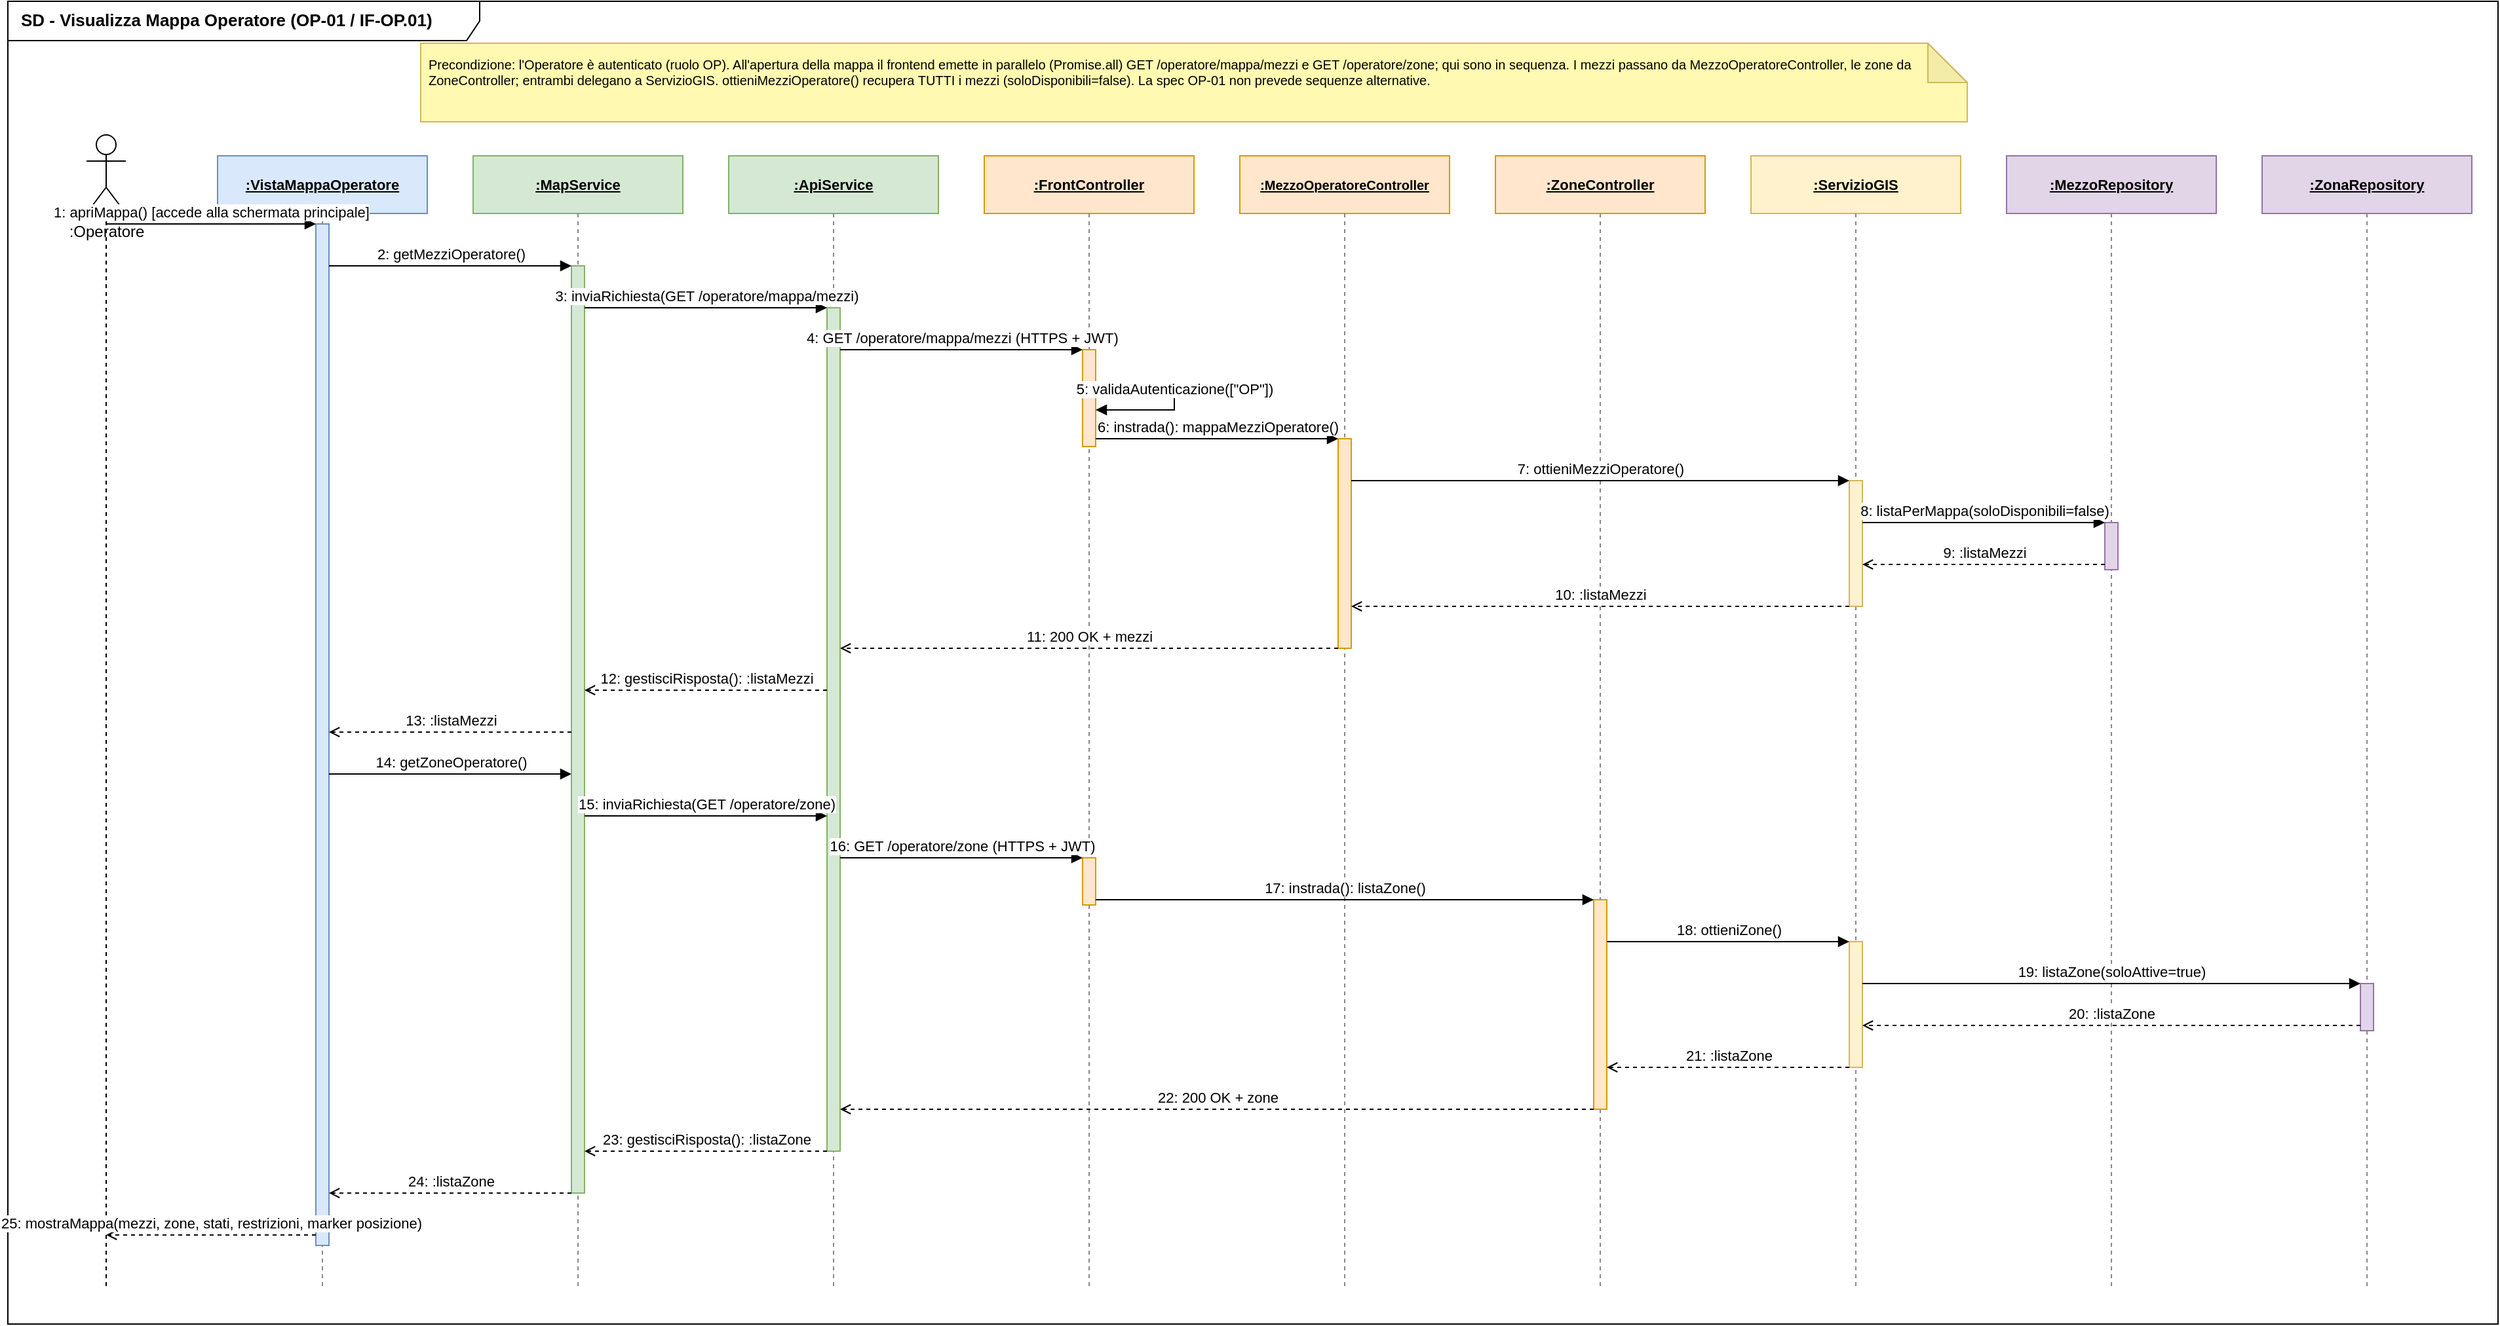
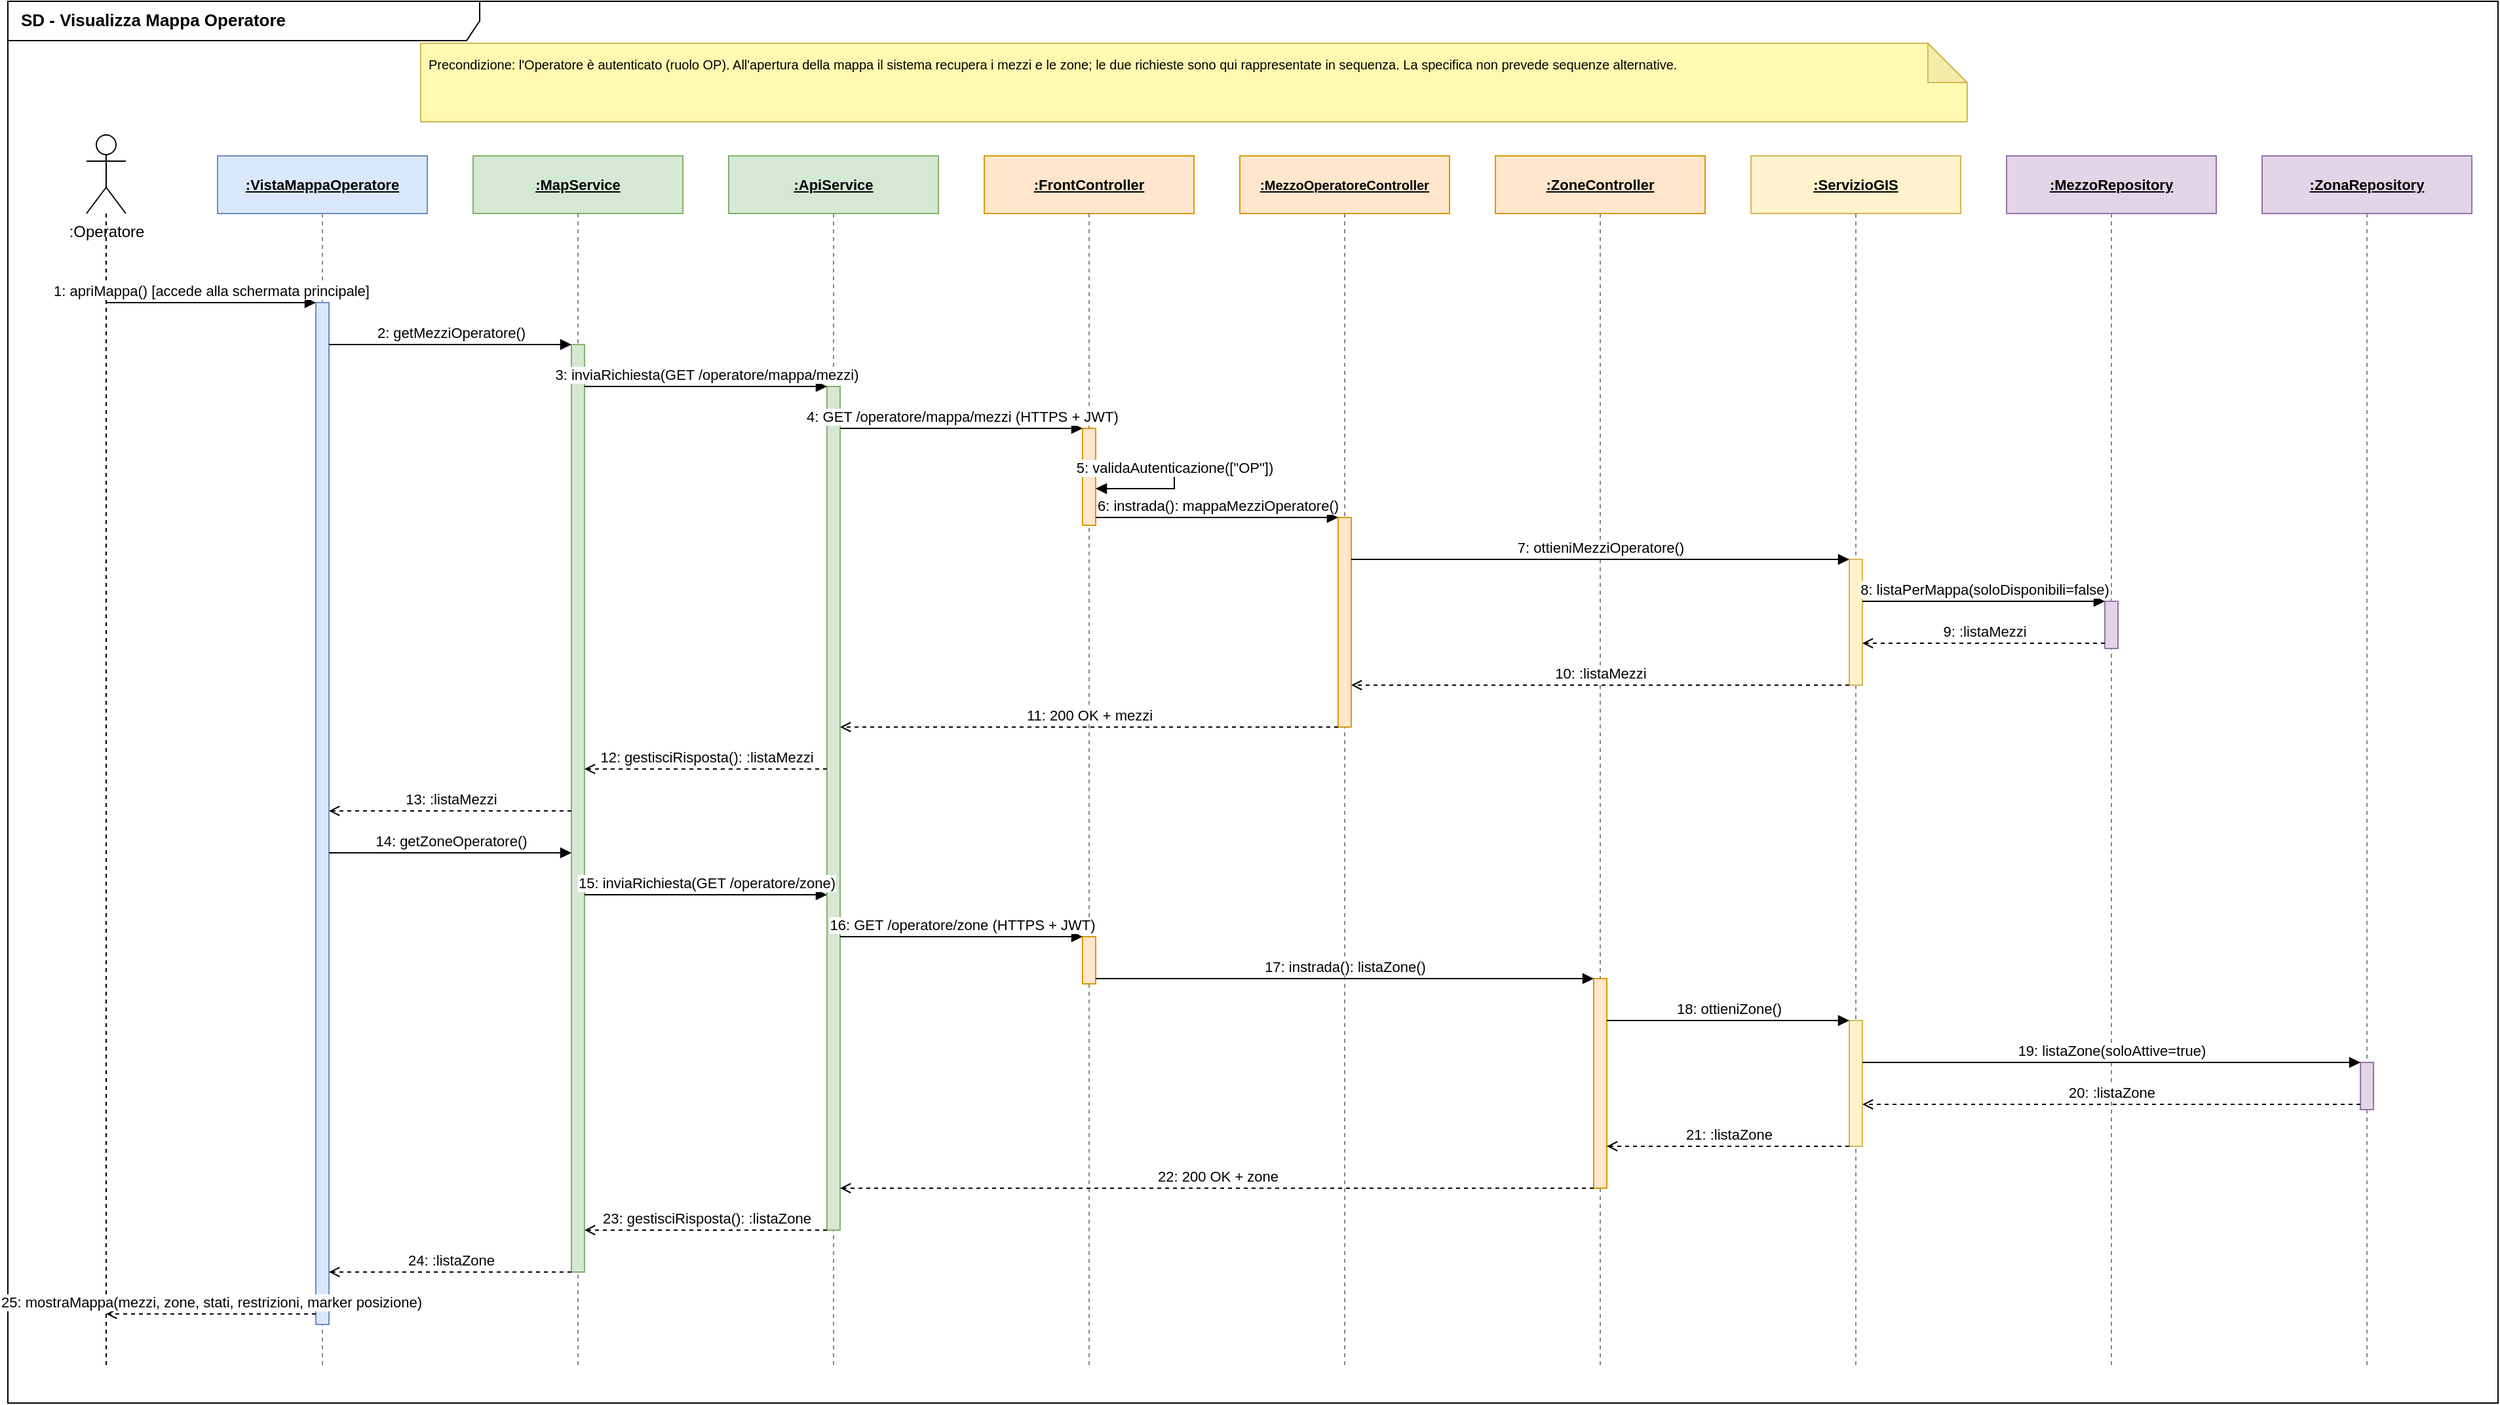
<mxfile host="65bd71144e">
-     <diagram name="SD - OP-01 Visualizza Mappa Operatore" id="visualizza-mappa-operatore-op01">
+     <diagram name="SD - Visualizza Mappa Operatore" id="visualizza-mappa-operatore-op01">
        <mxGraphModel dx="1422" dy="800" grid="1" gridSize="10" guides="1" tooltips="1" connect="1" arrows="1" fold="1" page="1" pageScale="1" pageWidth="1654" pageHeight="1169" background="#FFFFFF" math="0" shadow="0">
            <root>
                <mxCell id="0"/>
                <mxCell id="1" parent="0"/>
-                 <mxCell id="frame" value="SD - Visualizza Mappa Operatore (OP-01 / IF-OP.01)" style="shape=umlFrame;whiteSpace=wrap;html=1;fontSize=13;fontStyle=1;align=left;spacingLeft=8;verticalAlign=top;width=360;height=30;" vertex="1" parent="1">
-                     <mxGeometry x="45" y="80" width="1900" height="1010" as="geometry"/>
-                 </mxCell>
-                 <mxCell id="note" value="Precondizione: l'Operatore è autenticato (ruolo OP). All'apertura della mappa il frontend emette in parallelo (Promise.all) GET /operatore/mappa/mezzi e GET /operatore/zone; qui sono in sequenza. I mezzi passano da MezzoOperatoreController, le zone da ZoneController; entrambi delegano a ServizioGIS. ottieniMezziOperatore() recupera TUTTI i mezzi (soloDisponibili=false). La spec OP-01 non prevede sequenze alternative." style="shape=note;whiteSpace=wrap;html=1;backgroundOutline=1;darkOpacity=0.05;fillColor=#FFF9B1;strokeColor=#d6b656;fontSize=10;align=left;verticalAlign=top;spacing=6;" vertex="1" parent="1">
+                 <mxCell id="frame" value="SD - Visualizza Mappa Operatore" style="shape=umlFrame;whiteSpace=wrap;html=1;fontSize=13;fontStyle=1;align=left;spacingLeft=8;verticalAlign=top;width=360;height=30;" vertex="1" parent="1">
+                     <mxGeometry x="45" y="80" width="1900" height="1070" as="geometry"/>
+                 </mxCell>
+                 <mxCell id="note" value="Precondizione: l'Operatore è autenticato (ruolo OP). All'apertura della mappa il sistema recupera i mezzi e le zone; le due richieste sono qui rappresentate in sequenza. La specifica non prevede sequenze alternative." style="shape=note;whiteSpace=wrap;html=1;backgroundOutline=1;darkOpacity=0.05;fillColor=#FFF9B1;strokeColor=#d6b656;fontSize=10;align=left;verticalAlign=top;spacing=6;" vertex="1" parent="1">
                    <mxGeometry x="360" y="112" width="1180" height="60" as="geometry"/>
                </mxCell>
                <!-- ================= LIFELINES ================= -->
                <mxCell id="ll-actor-h" value=":Operatore" style="shape=umlActor;verticalLabelPosition=bottom;verticalAlign=top;html=1;outlineConnect=0;" vertex="1" parent="1">
                    <mxGeometry x="105" y="182" width="30" height="60" as="geometry"/>
                </mxCell>
                <mxCell id="ll-actor" value="" style="endArrow=none;dashed=1;html=1;strokeColor=#000000;" edge="1" parent="1">
                    <mxGeometry relative="1" as="geometry">
                        <mxPoint x="120" y="242" as="sourcePoint"/>
-                         <mxPoint x="120" y="1064" as="targetPoint"/>
+                         <mxPoint x="120" y="1124" as="targetPoint"/>
                    </mxGeometry>
                </mxCell>
                <mxCell id="ll-view-h" value="&lt;b&gt;&lt;u&gt;:VistaMappaOperatore&lt;/u&gt;&lt;/b&gt;" style="rounded=0;whiteSpace=wrap;html=1;fillColor=#dae8fc;strokeColor=#6c8ebf;fontSize=11;" vertex="1" parent="1">
                    <mxGeometry x="205" y="198" width="160" height="44" as="geometry"/>
                </mxCell>
                <mxCell id="ll-view" value="" style="endArrow=none;dashed=1;html=1;strokeColor=#888888;" edge="1" parent="1">
                    <mxGeometry relative="1" as="geometry">
                        <mxPoint x="285" y="242" as="sourcePoint"/>
-                         <mxPoint x="285" y="1064" as="targetPoint"/>
+                         <mxPoint x="285" y="1124" as="targetPoint"/>
                    </mxGeometry>
                </mxCell>
                <mxCell id="ll-ms-h" value="&lt;b&gt;&lt;u&gt;:MapService&lt;/u&gt;&lt;/b&gt;" style="rounded=0;whiteSpace=wrap;html=1;fillColor=#d5e8d4;strokeColor=#82b366;fontSize=11;" vertex="1" parent="1">
                    <mxGeometry x="400" y="198" width="160" height="44" as="geometry"/>
                </mxCell>
                <mxCell id="ll-ms" value="" style="endArrow=none;dashed=1;html=1;strokeColor=#888888;" edge="1" parent="1">
                    <mxGeometry relative="1" as="geometry">
                        <mxPoint x="480" y="242" as="sourcePoint"/>
-                         <mxPoint x="480" y="1064" as="targetPoint"/>
+                         <mxPoint x="480" y="1124" as="targetPoint"/>
                    </mxGeometry>
                </mxCell>
                <mxCell id="ll-api-h" value="&lt;b&gt;&lt;u&gt;:ApiService&lt;/u&gt;&lt;/b&gt;" style="rounded=0;whiteSpace=wrap;html=1;fillColor=#d5e8d4;strokeColor=#82b366;fontSize=11;" vertex="1" parent="1">
                    <mxGeometry x="595" y="198" width="160" height="44" as="geometry"/>
                </mxCell>
                <mxCell id="ll-api" value="" style="endArrow=none;dashed=1;html=1;strokeColor=#888888;" edge="1" parent="1">
                    <mxGeometry relative="1" as="geometry">
                        <mxPoint x="675" y="242" as="sourcePoint"/>
-                         <mxPoint x="675" y="1064" as="targetPoint"/>
+                         <mxPoint x="675" y="1124" as="targetPoint"/>
                    </mxGeometry>
                </mxCell>
                <mxCell id="ll-fc-h" value="&lt;b&gt;&lt;u&gt;:FrontController&lt;/u&gt;&lt;/b&gt;" style="rounded=0;whiteSpace=wrap;html=1;fillColor=#ffe6cc;strokeColor=#d79b00;fontSize=11;" vertex="1" parent="1">
                    <mxGeometry x="790" y="198" width="160" height="44" as="geometry"/>
                </mxCell>
                <mxCell id="ll-fc" value="" style="endArrow=none;dashed=1;html=1;strokeColor=#888888;" edge="1" parent="1">
                    <mxGeometry relative="1" as="geometry">
                        <mxPoint x="870" y="242" as="sourcePoint"/>
-                         <mxPoint x="870" y="1064" as="targetPoint"/>
+                         <mxPoint x="870" y="1124" as="targetPoint"/>
                    </mxGeometry>
                </mxCell>
                <mxCell id="ll-moc-h" value="&lt;b&gt;&lt;u&gt;:MezzoOperatoreController&lt;/u&gt;&lt;/b&gt;" style="rounded=0;whiteSpace=wrap;html=1;fillColor=#ffe6cc;strokeColor=#d79b00;fontSize=10;" vertex="1" parent="1">
                    <mxGeometry x="985" y="198" width="160" height="44" as="geometry"/>
                </mxCell>
                <mxCell id="ll-moc" value="" style="endArrow=none;dashed=1;html=1;strokeColor=#888888;" edge="1" parent="1">
                    <mxGeometry relative="1" as="geometry">
                        <mxPoint x="1065" y="242" as="sourcePoint"/>
-                         <mxPoint x="1065" y="1064" as="targetPoint"/>
+                         <mxPoint x="1065" y="1124" as="targetPoint"/>
                    </mxGeometry>
                </mxCell>
                <mxCell id="ll-zc-h" value="&lt;b&gt;&lt;u&gt;:ZoneController&lt;/u&gt;&lt;/b&gt;" style="rounded=0;whiteSpace=wrap;html=1;fillColor=#ffe6cc;strokeColor=#d79b00;fontSize=11;" vertex="1" parent="1">
                    <mxGeometry x="1180" y="198" width="160" height="44" as="geometry"/>
                </mxCell>
                <mxCell id="ll-zc" value="" style="endArrow=none;dashed=1;html=1;strokeColor=#888888;" edge="1" parent="1">
                    <mxGeometry relative="1" as="geometry">
                        <mxPoint x="1260" y="242" as="sourcePoint"/>
-                         <mxPoint x="1260" y="1064" as="targetPoint"/>
+                         <mxPoint x="1260" y="1124" as="targetPoint"/>
                    </mxGeometry>
                </mxCell>
                <mxCell id="ll-gis-h" value="&lt;b&gt;&lt;u&gt;:ServizioGIS&lt;/u&gt;&lt;/b&gt;" style="rounded=0;whiteSpace=wrap;html=1;fillColor=#fff2cc;strokeColor=#d6b656;fontSize=11;" vertex="1" parent="1">
                    <mxGeometry x="1375" y="198" width="160" height="44" as="geometry"/>
                </mxCell>
                <mxCell id="ll-gis" value="" style="endArrow=none;dashed=1;html=1;strokeColor=#888888;" edge="1" parent="1">
                    <mxGeometry relative="1" as="geometry">
                        <mxPoint x="1455" y="242" as="sourcePoint"/>
-                         <mxPoint x="1455" y="1064" as="targetPoint"/>
+                         <mxPoint x="1455" y="1124" as="targetPoint"/>
                    </mxGeometry>
                </mxCell>
                <mxCell id="ll-mr-h" value="&lt;b&gt;&lt;u&gt;:MezzoRepository&lt;/u&gt;&lt;/b&gt;" style="rounded=0;whiteSpace=wrap;html=1;fillColor=#e1d5e7;strokeColor=#9673a6;fontSize=11;" vertex="1" parent="1">
                    <mxGeometry x="1570" y="198" width="160" height="44" as="geometry"/>
                </mxCell>
                <mxCell id="ll-mr" value="" style="endArrow=none;dashed=1;html=1;strokeColor=#888888;" edge="1" parent="1">
                    <mxGeometry relative="1" as="geometry">
                        <mxPoint x="1650" y="242" as="sourcePoint"/>
-                         <mxPoint x="1650" y="1064" as="targetPoint"/>
+                         <mxPoint x="1650" y="1124" as="targetPoint"/>
                    </mxGeometry>
                </mxCell>
                <mxCell id="ll-zr-h" value="&lt;b&gt;&lt;u&gt;:ZonaRepository&lt;/u&gt;&lt;/b&gt;" style="rounded=0;whiteSpace=wrap;html=1;fillColor=#e1d5e7;strokeColor=#9673a6;fontSize=11;" vertex="1" parent="1">
                    <mxGeometry x="1765" y="198" width="160" height="44" as="geometry"/>
                </mxCell>
                <mxCell id="ll-zr" value="" style="endArrow=none;dashed=1;html=1;strokeColor=#888888;" edge="1" parent="1">
                    <mxGeometry relative="1" as="geometry">
                        <mxPoint x="1845" y="242" as="sourcePoint"/>
-                         <mxPoint x="1845" y="1064" as="targetPoint"/>
+                         <mxPoint x="1845" y="1124" as="targetPoint"/>
                    </mxGeometry>
                </mxCell>
                <!-- ================= ACTIVATION BARS ================= -->
                <mxCell id="act-view" value="" style="html=1;points=[];perimeter=mxPerimeter.rectanglePerimeter;fillColor=#dae8fc;strokeColor=#6c8ebf;" vertex="1" parent="1">
-                     <mxGeometry x="280" y="250" width="10" height="780" as="geometry"/>
+                     <mxGeometry x="280" y="310" width="10" height="780" as="geometry"/>
                </mxCell>
                <mxCell id="act-ms" value="" style="html=1;points=[];perimeter=mxPerimeter.rectanglePerimeter;fillColor=#d5e8d4;strokeColor=#82b366;" vertex="1" parent="1">
-                     <mxGeometry x="475" y="282" width="10" height="708" as="geometry"/>
+                     <mxGeometry x="475" y="342" width="10" height="708" as="geometry"/>
                </mxCell>
                <mxCell id="act-api" value="" style="html=1;points=[];perimeter=mxPerimeter.rectanglePerimeter;fillColor=#d5e8d4;strokeColor=#82b366;" vertex="1" parent="1">
-                     <mxGeometry x="670" y="314" width="10" height="644" as="geometry"/>
+                     <mxGeometry x="670" y="374" width="10" height="644" as="geometry"/>
                </mxCell>
                <mxCell id="act-fc1" value="" style="html=1;points=[];perimeter=mxPerimeter.rectanglePerimeter;fillColor=#ffe6cc;strokeColor=#d79b00;" vertex="1" parent="1">
-                     <mxGeometry x="865" y="346" width="10" height="74" as="geometry"/>
+                     <mxGeometry x="865" y="406" width="10" height="74" as="geometry"/>
                </mxCell>
                <mxCell id="act-fc2" value="" style="html=1;points=[];perimeter=mxPerimeter.rectanglePerimeter;fillColor=#ffe6cc;strokeColor=#d79b00;" vertex="1" parent="1">
-                     <mxGeometry x="865" y="734" width="10" height="36" as="geometry"/>
+                     <mxGeometry x="865" y="794" width="10" height="36" as="geometry"/>
                </mxCell>
                <mxCell id="act-moc" value="" style="html=1;points=[];perimeter=mxPerimeter.rectanglePerimeter;fillColor=#ffe6cc;strokeColor=#d79b00;" vertex="1" parent="1">
-                     <mxGeometry x="1060" y="414" width="10" height="160" as="geometry"/>
+                     <mxGeometry x="1060" y="474" width="10" height="160" as="geometry"/>
                </mxCell>
                <mxCell id="act-zc" value="" style="html=1;points=[];perimeter=mxPerimeter.rectanglePerimeter;fillColor=#ffe6cc;strokeColor=#d79b00;" vertex="1" parent="1">
-                     <mxGeometry x="1255" y="766" width="10" height="160" as="geometry"/>
+                     <mxGeometry x="1255" y="826" width="10" height="160" as="geometry"/>
                </mxCell>
                <mxCell id="act-gis1" value="" style="html=1;points=[];perimeter=mxPerimeter.rectanglePerimeter;fillColor=#fff2cc;strokeColor=#d6b656;" vertex="1" parent="1">
-                     <mxGeometry x="1450" y="446" width="10" height="96" as="geometry"/>
+                     <mxGeometry x="1450" y="506" width="10" height="96" as="geometry"/>
                </mxCell>
                <mxCell id="act-gis2" value="" style="html=1;points=[];perimeter=mxPerimeter.rectanglePerimeter;fillColor=#fff2cc;strokeColor=#d6b656;" vertex="1" parent="1">
-                     <mxGeometry x="1450" y="798" width="10" height="96" as="geometry"/>
+                     <mxGeometry x="1450" y="858" width="10" height="96" as="geometry"/>
                </mxCell>
                <mxCell id="act-mr" value="" style="html=1;points=[];perimeter=mxPerimeter.rectanglePerimeter;fillColor=#e1d5e7;strokeColor=#9673a6;" vertex="1" parent="1">
-                     <mxGeometry x="1645" y="478" width="10" height="36" as="geometry"/>
+                     <mxGeometry x="1645" y="538" width="10" height="36" as="geometry"/>
                </mxCell>
                <mxCell id="act-zr" value="" style="html=1;points=[];perimeter=mxPerimeter.rectanglePerimeter;fillColor=#e1d5e7;strokeColor=#9673a6;" vertex="1" parent="1">
-                     <mxGeometry x="1840" y="830" width="10" height="36" as="geometry"/>
+                     <mxGeometry x="1840" y="890" width="10" height="36" as="geometry"/>
                </mxCell>
                <!-- ================= MESSAGES: richiesta mezzi ================= -->
                <mxCell id="m1" value="1: apriMappa() [accede alla schermata principale]" style="html=1;verticalAlign=bottom;endArrow=block;endFill=1;fontSize=11;" edge="1" parent="1">
                    <mxGeometry relative="1" as="geometry">
-                         <mxPoint x="120" y="250" as="sourcePoint"/>
-                         <mxPoint x="280" y="250" as="targetPoint"/>
+                         <mxPoint x="120" y="310" as="sourcePoint"/>
+                         <mxPoint x="280" y="310" as="targetPoint"/>
                    </mxGeometry>
                </mxCell>
                <mxCell id="m2" value="2: getMezziOperatore()" style="html=1;verticalAlign=bottom;endArrow=block;endFill=1;fontSize=11;" edge="1" parent="1">
                    <mxGeometry relative="1" as="geometry">
-                         <mxPoint x="290" y="282" as="sourcePoint"/>
-                         <mxPoint x="475" y="282" as="targetPoint"/>
+                         <mxPoint x="290" y="342" as="sourcePoint"/>
+                         <mxPoint x="475" y="342" as="targetPoint"/>
                    </mxGeometry>
                </mxCell>
                <mxCell id="m3" value="3: inviaRichiesta(GET /operatore/mappa/mezzi)" style="html=1;verticalAlign=bottom;endArrow=block;endFill=1;fontSize=11;" edge="1" parent="1">
                    <mxGeometry relative="1" as="geometry">
-                         <mxPoint x="485" y="314" as="sourcePoint"/>
-                         <mxPoint x="670" y="314" as="targetPoint"/>
+                         <mxPoint x="485" y="374" as="sourcePoint"/>
+                         <mxPoint x="670" y="374" as="targetPoint"/>
                    </mxGeometry>
                </mxCell>
                <mxCell id="m4" value="4: GET /operatore/mappa/mezzi  (HTTPS + JWT)" style="html=1;verticalAlign=bottom;endArrow=block;endFill=1;fontSize=11;" edge="1" parent="1">
                    <mxGeometry relative="1" as="geometry">
-                         <mxPoint x="680" y="346" as="sourcePoint"/>
-                         <mxPoint x="865" y="346" as="targetPoint"/>
+                         <mxPoint x="680" y="406" as="sourcePoint"/>
+                         <mxPoint x="865" y="406" as="targetPoint"/>
                    </mxGeometry>
                </mxCell>
                <mxCell id="m5" value="5: validaAutenticazione([&quot;OP&quot;])" style="html=1;verticalAlign=bottom;endArrow=block;endFill=1;fontSize=11;rounded=0;" edge="1" parent="1">
                    <mxGeometry relative="1" as="geometry">
                        <Array as="points">
-                             <mxPoint x="935" y="378"/>
-                             <mxPoint x="935" y="392"/>
+                             <mxPoint x="935" y="438"/>
+                             <mxPoint x="935" y="452"/>
                        </Array>
-                         <mxPoint x="875" y="378" as="sourcePoint"/>
-                         <mxPoint x="875" y="392" as="targetPoint"/>
+                         <mxPoint x="875" y="438" as="sourcePoint"/>
+                         <mxPoint x="875" y="452" as="targetPoint"/>
                    </mxGeometry>
                </mxCell>
                <mxCell id="m6" value="6: instrada(): mappaMezziOperatore()" style="html=1;verticalAlign=bottom;endArrow=block;endFill=1;fontSize=11;" edge="1" parent="1">
                    <mxGeometry relative="1" as="geometry">
-                         <mxPoint x="875" y="414" as="sourcePoint"/>
-                         <mxPoint x="1060" y="414" as="targetPoint"/>
+                         <mxPoint x="875" y="474" as="sourcePoint"/>
+                         <mxPoint x="1060" y="474" as="targetPoint"/>
                    </mxGeometry>
                </mxCell>
                <mxCell id="m7" value="7: ottieniMezziOperatore()" style="html=1;verticalAlign=bottom;endArrow=block;endFill=1;fontSize=11;" edge="1" parent="1">
                    <mxGeometry relative="1" as="geometry">
-                         <mxPoint x="1070" y="446" as="sourcePoint"/>
-                         <mxPoint x="1450" y="446" as="targetPoint"/>
+                         <mxPoint x="1070" y="506" as="sourcePoint"/>
+                         <mxPoint x="1450" y="506" as="targetPoint"/>
                    </mxGeometry>
                </mxCell>
                <mxCell id="m8" value="8: listaPerMappa(soloDisponibili=false)" style="html=1;verticalAlign=bottom;endArrow=block;endFill=1;fontSize=11;" edge="1" parent="1">
                    <mxGeometry relative="1" as="geometry">
-                         <mxPoint x="1460" y="478" as="sourcePoint"/>
-                         <mxPoint x="1645" y="478" as="targetPoint"/>
+                         <mxPoint x="1460" y="538" as="sourcePoint"/>
+                         <mxPoint x="1645" y="538" as="targetPoint"/>
                    </mxGeometry>
                </mxCell>
                <mxCell id="m9" value="9: :listaMezzi" style="html=1;verticalAlign=bottom;dashed=1;endArrow=open;endFill=0;fontSize=11;" edge="1" parent="1">
                    <mxGeometry relative="1" as="geometry">
-                         <mxPoint x="1645" y="510" as="sourcePoint"/>
-                         <mxPoint x="1460" y="510" as="targetPoint"/>
+                         <mxPoint x="1645" y="570" as="sourcePoint"/>
+                         <mxPoint x="1460" y="570" as="targetPoint"/>
                    </mxGeometry>
                </mxCell>
                <mxCell id="m10" value="10: :listaMezzi" style="html=1;verticalAlign=bottom;dashed=1;endArrow=open;endFill=0;fontSize=11;" edge="1" parent="1">
                    <mxGeometry relative="1" as="geometry">
-                         <mxPoint x="1450" y="542" as="sourcePoint"/>
-                         <mxPoint x="1070" y="542" as="targetPoint"/>
+                         <mxPoint x="1450" y="602" as="sourcePoint"/>
+                         <mxPoint x="1070" y="602" as="targetPoint"/>
                    </mxGeometry>
                </mxCell>
                <mxCell id="m11" value="11: 200 OK + mezzi" style="html=1;verticalAlign=bottom;dashed=1;endArrow=open;endFill=0;fontSize=11;" edge="1" parent="1">
                    <mxGeometry relative="1" as="geometry">
-                         <mxPoint x="1060" y="574" as="sourcePoint"/>
-                         <mxPoint x="680" y="574" as="targetPoint"/>
+                         <mxPoint x="1060" y="634" as="sourcePoint"/>
+                         <mxPoint x="680" y="634" as="targetPoint"/>
                    </mxGeometry>
                </mxCell>
                <mxCell id="m12" value="12: gestisciRisposta(): :listaMezzi" style="html=1;verticalAlign=bottom;dashed=1;endArrow=open;endFill=0;fontSize=11;" edge="1" parent="1">
                    <mxGeometry relative="1" as="geometry">
-                         <mxPoint x="670" y="606" as="sourcePoint"/>
-                         <mxPoint x="485" y="606" as="targetPoint"/>
+                         <mxPoint x="670" y="666" as="sourcePoint"/>
+                         <mxPoint x="485" y="666" as="targetPoint"/>
                    </mxGeometry>
                </mxCell>
                <mxCell id="m13" value="13: :listaMezzi" style="html=1;verticalAlign=bottom;dashed=1;endArrow=open;endFill=0;fontSize=11;" edge="1" parent="1">
                    <mxGeometry relative="1" as="geometry">
-                         <mxPoint x="475" y="638" as="sourcePoint"/>
-                         <mxPoint x="290" y="638" as="targetPoint"/>
+                         <mxPoint x="475" y="698" as="sourcePoint"/>
+                         <mxPoint x="290" y="698" as="targetPoint"/>
                    </mxGeometry>
                </mxCell>
                <!-- ================= MESSAGES: richiesta zone ================= -->
                <mxCell id="m14" value="14: getZoneOperatore()" style="html=1;verticalAlign=bottom;endArrow=block;endFill=1;fontSize=11;" edge="1" parent="1">
                    <mxGeometry relative="1" as="geometry">
-                         <mxPoint x="290" y="670" as="sourcePoint"/>
-                         <mxPoint x="475" y="670" as="targetPoint"/>
+                         <mxPoint x="290" y="730" as="sourcePoint"/>
+                         <mxPoint x="475" y="730" as="targetPoint"/>
                    </mxGeometry>
                </mxCell>
                <mxCell id="m15" value="15: inviaRichiesta(GET /operatore/zone)" style="html=1;verticalAlign=bottom;endArrow=block;endFill=1;fontSize=11;" edge="1" parent="1">
                    <mxGeometry relative="1" as="geometry">
-                         <mxPoint x="485" y="702" as="sourcePoint"/>
-                         <mxPoint x="670" y="702" as="targetPoint"/>
+                         <mxPoint x="485" y="762" as="sourcePoint"/>
+                         <mxPoint x="670" y="762" as="targetPoint"/>
                    </mxGeometry>
                </mxCell>
                <mxCell id="m16" value="16: GET /operatore/zone  (HTTPS + JWT)" style="html=1;verticalAlign=bottom;endArrow=block;endFill=1;fontSize=11;" edge="1" parent="1">
                    <mxGeometry relative="1" as="geometry">
-                         <mxPoint x="680" y="734" as="sourcePoint"/>
-                         <mxPoint x="865" y="734" as="targetPoint"/>
+                         <mxPoint x="680" y="794" as="sourcePoint"/>
+                         <mxPoint x="865" y="794" as="targetPoint"/>
                    </mxGeometry>
                </mxCell>
                <mxCell id="m17" value="17: instrada(): listaZone()" style="html=1;verticalAlign=bottom;endArrow=block;endFill=1;fontSize=11;" edge="1" parent="1">
                    <mxGeometry relative="1" as="geometry">
-                         <mxPoint x="875" y="766" as="sourcePoint"/>
-                         <mxPoint x="1255" y="766" as="targetPoint"/>
+                         <mxPoint x="875" y="826" as="sourcePoint"/>
+                         <mxPoint x="1255" y="826" as="targetPoint"/>
                    </mxGeometry>
                </mxCell>
                <mxCell id="m18" value="18: ottieniZone()" style="html=1;verticalAlign=bottom;endArrow=block;endFill=1;fontSize=11;" edge="1" parent="1">
                    <mxGeometry relative="1" as="geometry">
-                         <mxPoint x="1265" y="798" as="sourcePoint"/>
-                         <mxPoint x="1450" y="798" as="targetPoint"/>
+                         <mxPoint x="1265" y="858" as="sourcePoint"/>
+                         <mxPoint x="1450" y="858" as="targetPoint"/>
                    </mxGeometry>
                </mxCell>
                <mxCell id="m19" value="19: listaZone(soloAttive=true)" style="html=1;verticalAlign=bottom;endArrow=block;endFill=1;fontSize=11;" edge="1" parent="1">
                    <mxGeometry relative="1" as="geometry">
-                         <mxPoint x="1460" y="830" as="sourcePoint"/>
-                         <mxPoint x="1840" y="830" as="targetPoint"/>
+                         <mxPoint x="1460" y="890" as="sourcePoint"/>
+                         <mxPoint x="1840" y="890" as="targetPoint"/>
                    </mxGeometry>
                </mxCell>
                <mxCell id="m20" value="20: :listaZone" style="html=1;verticalAlign=bottom;dashed=1;endArrow=open;endFill=0;fontSize=11;" edge="1" parent="1">
                    <mxGeometry relative="1" as="geometry">
-                         <mxPoint x="1840" y="862" as="sourcePoint"/>
-                         <mxPoint x="1460" y="862" as="targetPoint"/>
+                         <mxPoint x="1840" y="922" as="sourcePoint"/>
+                         <mxPoint x="1460" y="922" as="targetPoint"/>
                    </mxGeometry>
                </mxCell>
                <mxCell id="m21" value="21: :listaZone" style="html=1;verticalAlign=bottom;dashed=1;endArrow=open;endFill=0;fontSize=11;" edge="1" parent="1">
                    <mxGeometry relative="1" as="geometry">
-                         <mxPoint x="1450" y="894" as="sourcePoint"/>
-                         <mxPoint x="1265" y="894" as="targetPoint"/>
+                         <mxPoint x="1450" y="954" as="sourcePoint"/>
+                         <mxPoint x="1265" y="954" as="targetPoint"/>
                    </mxGeometry>
                </mxCell>
                <mxCell id="m22" value="22: 200 OK + zone" style="html=1;verticalAlign=bottom;dashed=1;endArrow=open;endFill=0;fontSize=11;" edge="1" parent="1">
                    <mxGeometry relative="1" as="geometry">
-                         <mxPoint x="1255" y="926" as="sourcePoint"/>
-                         <mxPoint x="680" y="926" as="targetPoint"/>
+                         <mxPoint x="1255" y="986" as="sourcePoint"/>
+                         <mxPoint x="680" y="986" as="targetPoint"/>
                    </mxGeometry>
                </mxCell>
                <mxCell id="m23" value="23: gestisciRisposta(): :listaZone" style="html=1;verticalAlign=bottom;dashed=1;endArrow=open;endFill=0;fontSize=11;" edge="1" parent="1">
                    <mxGeometry relative="1" as="geometry">
-                         <mxPoint x="670" y="958" as="sourcePoint"/>
-                         <mxPoint x="485" y="958" as="targetPoint"/>
+                         <mxPoint x="670" y="1018" as="sourcePoint"/>
+                         <mxPoint x="485" y="1018" as="targetPoint"/>
                    </mxGeometry>
                </mxCell>
                <mxCell id="m24" value="24: :listaZone" style="html=1;verticalAlign=bottom;dashed=1;endArrow=open;endFill=0;fontSize=11;" edge="1" parent="1">
                    <mxGeometry relative="1" as="geometry">
-                         <mxPoint x="475" y="990" as="sourcePoint"/>
-                         <mxPoint x="290" y="990" as="targetPoint"/>
+                         <mxPoint x="475" y="1050" as="sourcePoint"/>
+                         <mxPoint x="290" y="1050" as="targetPoint"/>
                    </mxGeometry>
                </mxCell>
                <mxCell id="m25" value="25: mostraMappa(mezzi, zone, stati, restrizioni, marker posizione)" style="html=1;verticalAlign=bottom;dashed=1;endArrow=open;endFill=0;fontSize=11;" edge="1" parent="1">
                    <mxGeometry relative="1" as="geometry">
-                         <mxPoint x="280" y="1022" as="sourcePoint"/>
-                         <mxPoint x="120" y="1022" as="targetPoint"/>
+                         <mxPoint x="280" y="1082" as="sourcePoint"/>
+                         <mxPoint x="120" y="1082" as="targetPoint"/>
                    </mxGeometry>
                </mxCell>
            </root>
        </mxGraphModel>
    </diagram>
</mxfile>
